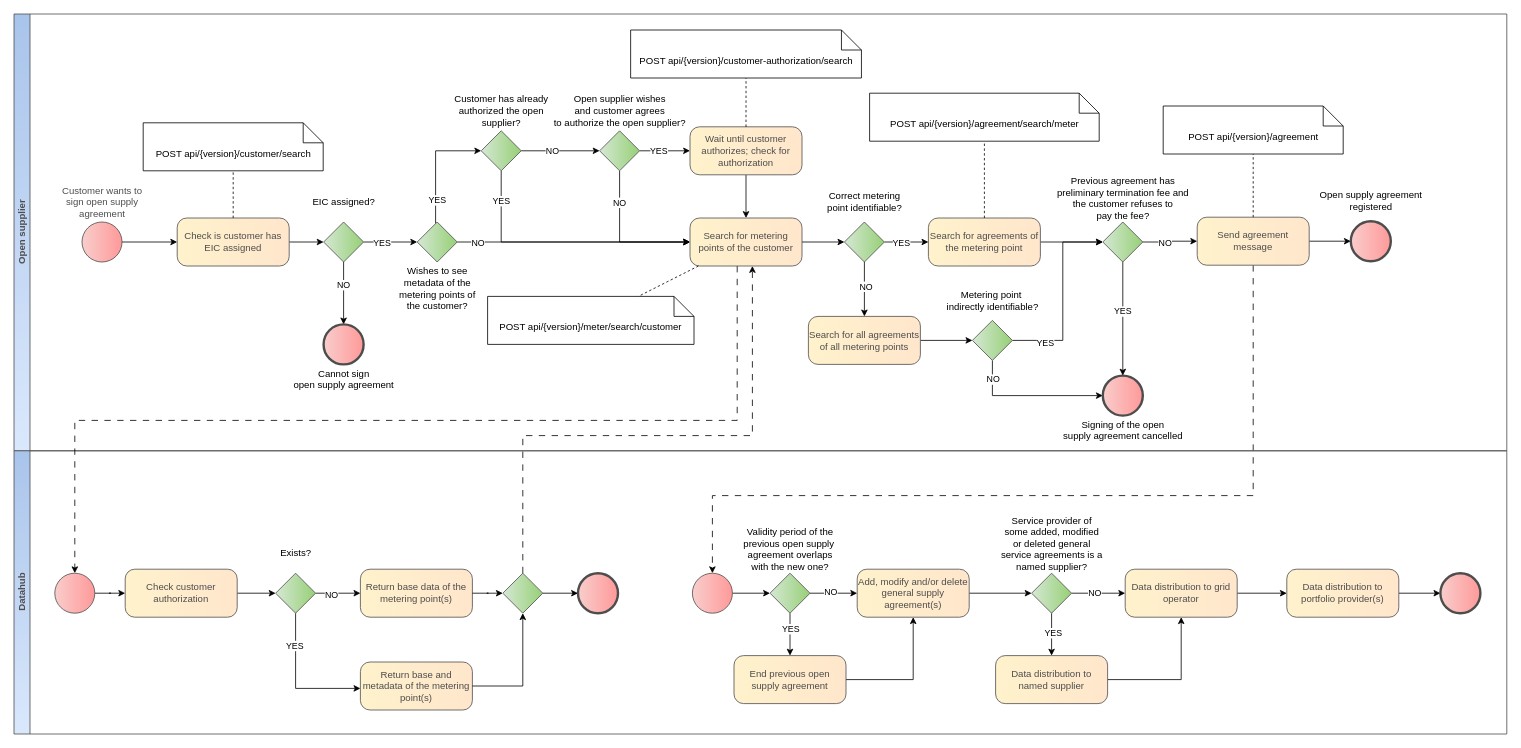
Elering/estfeed-datahub-docs keeps this draw.io diagram as page "Register new open supply agreement" (4 of 8) of diagrams/agreement-management/agreement-management.drawio. Above is the earlier version. Source tidied: cells renumbered, new cells numbered last; positions are measured from the earlier drawing's top-left corner, leaving out a move shared by most shapes. Both pictures are drawn from the tidied source at 80%, with x=0, y=0 at pixel (14, 14).
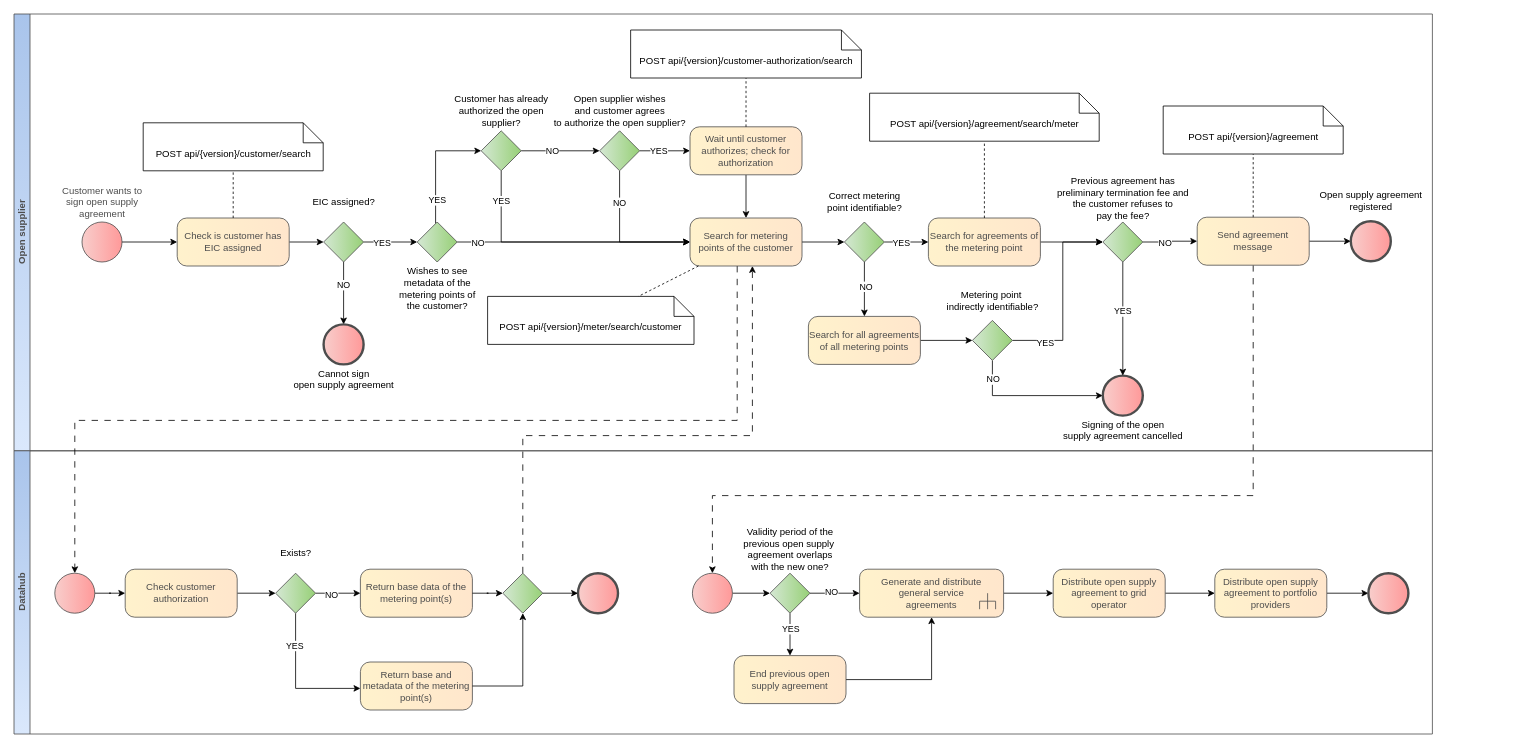
After the change.

Commit message (it also covers changes not shown here):
1) Added general service generation process and refactored some other processes 2) Added process for exhanging customer's billing metadada

Unchanged cells that the change refers to:
```xml
<mxCell id="88" value="Validity period of the&lt;br&gt;previous open supply&amp;nbsp;&lt;br&gt;agreement overlaps&lt;br&gt;with the new one?" style="points=[[0.25,0.25,0],[0.5,0,0],[0.75,0.25,0],[1,0.5,0],[0.75,0.75,0],[0.5,1,0],[0.25,0.75,0],[0,0.5,0]];shape=mxgraph.bpmn.gateway2;html=1;verticalLabelPosition=top;labelBackgroundColor=#ffffff;verticalAlign=bottom;align=center;perimeter=rhombusPerimeter;outlineConnect=0;outline=none;symbol=none;fontFamily=Helvetica;fontSize=12;fontColor=#000000;fillColor=#D5E8D4;strokeColor=#4D4D4D;rounded=0;shadow=0;gradientColor=#97D077;gradientDirection=east;spacing=0;labelPosition=center;" parent="1" vertex="1">
  <mxGeometry x="945" y="699" width="50" height="50" as="geometry" />
</mxCell>
<mxCell id="90" value="End previous open supply agreement" style="rounded=1;whiteSpace=wrap;html=1;arcSize=20;fillColor=#fff2cc;strokeColor=#4D4D4D;shadow=0;fontColor=#4D4D4D;gradientColor=#FFE6CC;gradientDirection=east;glass=0;backgroundOutline=0;enumerate=0;labelBackgroundColor=none;labelBorderColor=none;strokeWidth=1;" parent="1" vertex="1">
  <mxGeometry x="900" y="802" width="140" height="60" as="geometry" />
</mxCell>
```

What changed in the source:
```diff
@@
     <mxCell id="12" value="Open supplier" style="swimlane;html=1;horizontal=0;startSize=20;strokeColor=#4D4D4D;fillColor=#dae8fc;fontColor=#4D4D4D;gradientColor=#A9C4EB;gradientDirection=north;rotation=0;" parent="1" vertex="1">
-      <mxGeometry width="1866" height="546" as="geometry" />
+      <mxGeometry width="1773" height="546" as="geometry" />
     </mxCell>
     <mxCell id="13" value="Datahub" style="swimlane;html=1;horizontal=0;startSize=20;strokeColor=#4D4D4D;fillColor=#dae8fc;fontColor=#4D4D4D;gradientColor=#A9C4EB;gradientDirection=north;rotation=0;" parent="1" vertex="1">
-      <mxGeometry y="546" width="1866" height="354" as="geometry" />
+      <mxGeometry y="546" width="1773" height="354" as="geometry" />
     </mxCell>
-    <mxCell id="14" style="points=[[0.145,0.145,0],[0.5,0,0],[0.855,0.145,0],[1,0.5,0],[0.855,0.855,0],[0.5,1,0],[0.145,0.855,0],[0,0.5,0]];shape=mxgraph.bpmn.event;html=1;verticalLabelPosition=top;labelBackgroundColor=#ffffff;verticalAlign=middle;align=center;perimeter=ellipsePerimeter;outlineConnect=0;outline=end;symbol=terminate2;fontFamily=Helvetica;fontSize=12;fontColor=#000000;fillColor=#f8cecc;strokeColor=#4D4D4D;rounded=1;shadow=0;strokeWidth=1;gradientColor=#FF9999;gradientDirection=east;spacing=0;spacingTop=0;spacingLeft=0;spacingBottom=0;labelPosition=center;" parent="13" vertex="1">
-      <mxGeometry x="705" y="153" width="50" height="50" as="geometry" />
-    </mxCell>
-    <mxCell id="15" style="points=[[0.25,0.25,0],[0.5,0,0],[0.75,0.25,0],[1,0.5,0],[0.75,0.75,0],[0.5,1,0],[0.25,0.75,0],[0,0.5,0]];shape=mxgraph.bpmn.gateway2;html=1;verticalLabelPosition=top;labelBackgroundColor=#ffffff;verticalAlign=middle;align=center;perimeter=rhombusPerimeter;outlineConnect=0;outline=none;symbol=none;fontFamily=Helvetica;fontSize=12;fontColor=#000000;fillColor=#D5E8D4;strokeColor=#4D4D4D;rounded=0;shadow=0;gradientColor=#97D077;gradientDirection=east;spacing=0;labelPosition=center;" parent="13" vertex="1">
-      <mxGeometry x="611" y="153" width="50" height="50" as="geometry" />
-    </mxCell>
-    <mxCell id="16" style="edgeStyle=orthogonalEdgeStyle;rounded=0;jettySize=auto;html=1;" parent="13" edge="1" source="15" target="14">
-      <mxGeometry relative="1" as="geometry" />
-    </mxCell>
@@
-    <mxCell id="86" style="edgeStyle=orthogonalEdgeStyle;rounded=0;jettySize=auto;html=1;" parent="1" edge="1" source="88" target="92">
+    <mxCell id="86" style="edgeStyle=orthogonalEdgeStyle;rounded=0;jettySize=auto;html=1;entryX=0;entryY=0.5;entryDx=0;entryDy=0;entryPerimeter=0;" parent="1" edge="1" source="88" target="109">
       <mxGeometry relative="1" as="geometry" />
     </mxCell>
@@
-    <mxCell id="89" style="edgeStyle=orthogonalEdgeStyle;rounded=0;jettySize=auto;html=1;" parent="1" edge="1" source="90" target="92">
+    <mxCell id="89" style="edgeStyle=orthogonalEdgeStyle;rounded=0;jettySize=auto;html=1;entryX=0.5;entryY=1;entryDx=0;entryDy=0;entryPerimeter=0;" parent="1" edge="1" source="90" target="109">
       <mxGeometry relative="1" as="geometry" />
     </mxCell>
@@
-    <mxCell id="91" style="edgeStyle=orthogonalEdgeStyle;rounded=0;jettySize=auto;html=1;" parent="1" edge="1" source="92" target="97">
-      <mxGeometry relative="1" as="geometry" />
-    </mxCell>
-    <mxCell id="92" value="Add, modify and/or delete general supply agreement(s)" style="rounded=1;whiteSpace=wrap;html=1;arcSize=20;fillColor=#fff2cc;strokeColor=#4D4D4D;shadow=0;fontColor=#4D4D4D;gradientColor=#FFE6CC;gradientDirection=east;glass=0;backgroundOutline=0;enumerate=0;labelBackgroundColor=none;labelBorderColor=none;strokeWidth=1;" parent="1" vertex="1">
-      <mxGeometry x="1054" y="694" width="140" height="60" as="geometry" />
-    </mxCell>
-    <mxCell id="93" style="edgeStyle=orthogonalEdgeStyle;rounded=0;jettySize=auto;html=1;" parent="1" edge="1" source="97" target="101">
-      <mxGeometry relative="1" as="geometry" />
-    </mxCell>
-    <mxCell id="94" value="YES" style="edgeLabel;html=1;align=center;verticalAlign=middle;" parent="93" vertex="1">
-      <mxGeometry x="-0.09" y="1" relative="1" as="geometry" />
-    </mxCell>
-    <mxCell id="95" style="edgeStyle=orthogonalEdgeStyle;rounded=0;jettySize=auto;html=1;" parent="1" edge="1" source="97" target="103">
-      <mxGeometry relative="1" as="geometry" />
-    </mxCell>
-    <mxCell id="96" value="NO" style="edgeLabel;html=1;align=center;verticalAlign=middle;" parent="95" vertex="1">
-      <mxGeometry x="-0.17" y="1" relative="1" as="geometry" />
-    </mxCell>
-    <mxCell id="97" value="Service provider of&lt;br style=&quot;border-color: var(--border-color);&quot;&gt;some added, modified&lt;br&gt;or deleted general&lt;br style=&quot;border-color: var(--border-color);&quot;&gt;service agreements is a&lt;br style=&quot;border-color: var(--border-color);&quot;&gt;named supplier?" style="points=[[0.25,0.25,0],[0.5,0,0],[0.75,0.25,0],[1,0.5,0],[0.75,0.75,0],[0.5,1,0],[0.25,0.75,0],[0,0.5,0]];shape=mxgraph.bpmn.gateway2;html=1;verticalLabelPosition=top;labelBackgroundColor=#ffffff;verticalAlign=bottom;align=center;perimeter=rhombusPerimeter;outlineConnect=0;outline=none;symbol=none;fontFamily=Helvetica;fontSize=12;fontColor=#000000;fillColor=#D5E8D4;strokeColor=#4D4D4D;rounded=0;shadow=0;gradientColor=#97D077;gradientDirection=east;spacing=0;labelPosition=center;" parent="1" vertex="1">
-      <mxGeometry x="1272" y="699" width="50" height="50" as="geometry" />
-    </mxCell>
@@
-    <mxCell id="99" value="Data distribution to portfolio provider(s)" style="rounded=1;whiteSpace=wrap;html=1;arcSize=20;fillColor=#fff2cc;strokeColor=#4D4D4D;shadow=0;fontColor=#4D4D4D;gradientColor=#FFE6CC;gradientDirection=east;glass=0;backgroundOutline=0;enumerate=0;labelBackgroundColor=none;labelBorderColor=none;strokeWidth=1;" parent="1" vertex="1">
-      <mxGeometry x="1591" y="694" width="140" height="60" as="geometry" />
+    <mxCell id="99" value="Distribute open supply agreement to portfolio providers" style="rounded=1;whiteSpace=wrap;html=1;arcSize=20;fillColor=#fff2cc;strokeColor=#4D4D4D;shadow=0;fontColor=#4D4D4D;gradientColor=#FFE6CC;gradientDirection=east;glass=0;backgroundOutline=0;enumerate=0;labelBackgroundColor=none;labelBorderColor=none;strokeWidth=1;" parent="1" vertex="1">
+      <mxGeometry x="1501" y="694" width="140" height="60" as="geometry" />
     </mxCell>
-    <mxCell id="100" style="edgeStyle=orthogonalEdgeStyle;rounded=0;jettySize=auto;html=1;" parent="1" edge="1" source="101" target="103">
-      <mxGeometry relative="1" as="geometry" />
-    </mxCell>
-    <mxCell id="101" value="Data distribution to named supplier" style="rounded=1;whiteSpace=wrap;html=1;arcSize=20;fillColor=#fff2cc;strokeColor=#4D4D4D;shadow=0;fontColor=#4D4D4D;gradientColor=#FFE6CC;gradientDirection=east;glass=0;backgroundOutline=0;enumerate=0;labelBackgroundColor=none;labelBorderColor=none;strokeWidth=1;" parent="1" vertex="1">
-      <mxGeometry x="1227" y="802" width="140" height="60" as="geometry" />
-    </mxCell>
@@
-    <mxCell id="103" value="Data distribution to grid operator" style="rounded=1;whiteSpace=wrap;html=1;arcSize=20;fillColor=#fff2cc;strokeColor=#4D4D4D;shadow=0;fontColor=#4D4D4D;gradientColor=#FFE6CC;gradientDirection=east;glass=0;backgroundOutline=0;enumerate=0;labelBackgroundColor=none;labelBorderColor=none;strokeWidth=1;" parent="1" vertex="1">
-      <mxGeometry x="1389" y="694" width="140" height="60" as="geometry" />
+    <mxCell id="103" value="Distribute open supply agreement to grid operator" style="rounded=1;whiteSpace=wrap;html=1;arcSize=20;fillColor=#fff2cc;strokeColor=#4D4D4D;shadow=0;fontColor=#4D4D4D;gradientColor=#FFE6CC;gradientDirection=east;glass=0;backgroundOutline=0;enumerate=0;labelBackgroundColor=none;labelBorderColor=none;strokeWidth=1;" parent="1" vertex="1">
+      <mxGeometry x="1299" y="694" width="140" height="60" as="geometry" />
     </mxCell>
     <mxCell id="104" style="points=[[0.145,0.145,0],[0.5,0,0],[0.855,0.145,0],[1,0.5,0],[0.855,0.855,0],[0.5,1,0],[0.145,0.855,0],[0,0.5,0]];shape=mxgraph.bpmn.event;html=1;verticalLabelPosition=top;labelBackgroundColor=#ffffff;verticalAlign=middle;align=center;perimeter=ellipsePerimeter;outlineConnect=0;outline=end;symbol=terminate2;fontFamily=Helvetica;fontSize=12;fontColor=#000000;fillColor=#f8cecc;strokeColor=#4D4D4D;rounded=1;shadow=0;strokeWidth=1;gradientColor=#FF9999;gradientDirection=east;spacing=0;spacingTop=0;spacingLeft=0;spacingBottom=0;labelPosition=center;" parent="1" vertex="1">
-      <mxGeometry x="1783" y="699" width="50" height="50" as="geometry" />
+      <mxGeometry x="1693" y="699" width="50" height="50" as="geometry" />
     </mxCell>
@@
+    <mxCell id="108" style="edgeStyle=orthogonalEdgeStyle;rounded=0;jettySize=auto;html=1;entryX=0;entryY=0.5;entryDx=0;entryDy=0;" parent="1" edge="1" source="109" target="103">
+      <mxGeometry relative="1" as="geometry" />
+    </mxCell>
+    <mxCell id="14" style="points=[[0.145,0.145,0],[0.5,0,0],[0.855,0.145,0],[1,0.5,0],[0.855,0.855,0],[0.5,1,0],[0.145,0.855,0],[0,0.5,0]];shape=mxgraph.bpmn.event;html=1;verticalLabelPosition=top;labelBackgroundColor=#ffffff;verticalAlign=middle;align=center;perimeter=ellipsePerimeter;outlineConnect=0;outline=end;symbol=terminate2;fontFamily=Helvetica;fontSize=12;fontColor=#000000;fillColor=#f8cecc;strokeColor=#4D4D4D;rounded=1;shadow=0;strokeWidth=1;gradientColor=#FF9999;gradientDirection=east;spacing=0;spacingTop=0;spacingLeft=0;spacingBottom=0;labelPosition=center;" parent="1" vertex="1">
+      <mxGeometry x="705" y="699" width="50" height="50" as="geometry" />
+    </mxCell>
+    <mxCell id="15" style="points=[[0.25,0.25,0],[0.5,0,0],[0.75,0.25,0],[1,0.5,0],[0.75,0.75,0],[0.5,1,0],[0.25,0.75,0],[0,0.5,0]];shape=mxgraph.bpmn.gateway2;html=1;verticalLabelPosition=top;labelBackgroundColor=#ffffff;verticalAlign=middle;align=center;perimeter=rhombusPerimeter;outlineConnect=0;outline=none;symbol=none;fontFamily=Helvetica;fontSize=12;fontColor=#000000;fillColor=#D5E8D4;strokeColor=#4D4D4D;rounded=0;shadow=0;gradientColor=#97D077;gradientDirection=east;spacing=0;labelPosition=center;" parent="1" vertex="1">
+      <mxGeometry x="611" y="699" width="50" height="50" as="geometry" />
+    </mxCell>
+    <mxCell id="16" style="edgeStyle=orthogonalEdgeStyle;rounded=0;jettySize=auto;html=1;" parent="1" edge="1" source="15" target="14">
+      <mxGeometry relative="1" as="geometry" />
+    </mxCell>
+    <mxCell id="109" value="Generate and distribute general service agreements" style="html=1;shape=mxgraph.sysml.callBehAct;whiteSpace=wrap;align=center;strokeColor=#4D4D4D;fillColor=#fff2cc;rounded=1;arcSize=40;shadow=0;spacingLeft=20;spacingRight=20;fontColor=#4D4D4D;gradientColor=#FFE6CC;gradientDirection=east;glass=0;labelBackgroundColor=none;labelBorderColor=none;" parent="1" vertex="1">
+      <mxGeometry x="1057" y="694" width="180" height="60" as="geometry" />
+    </mxCell>
```
